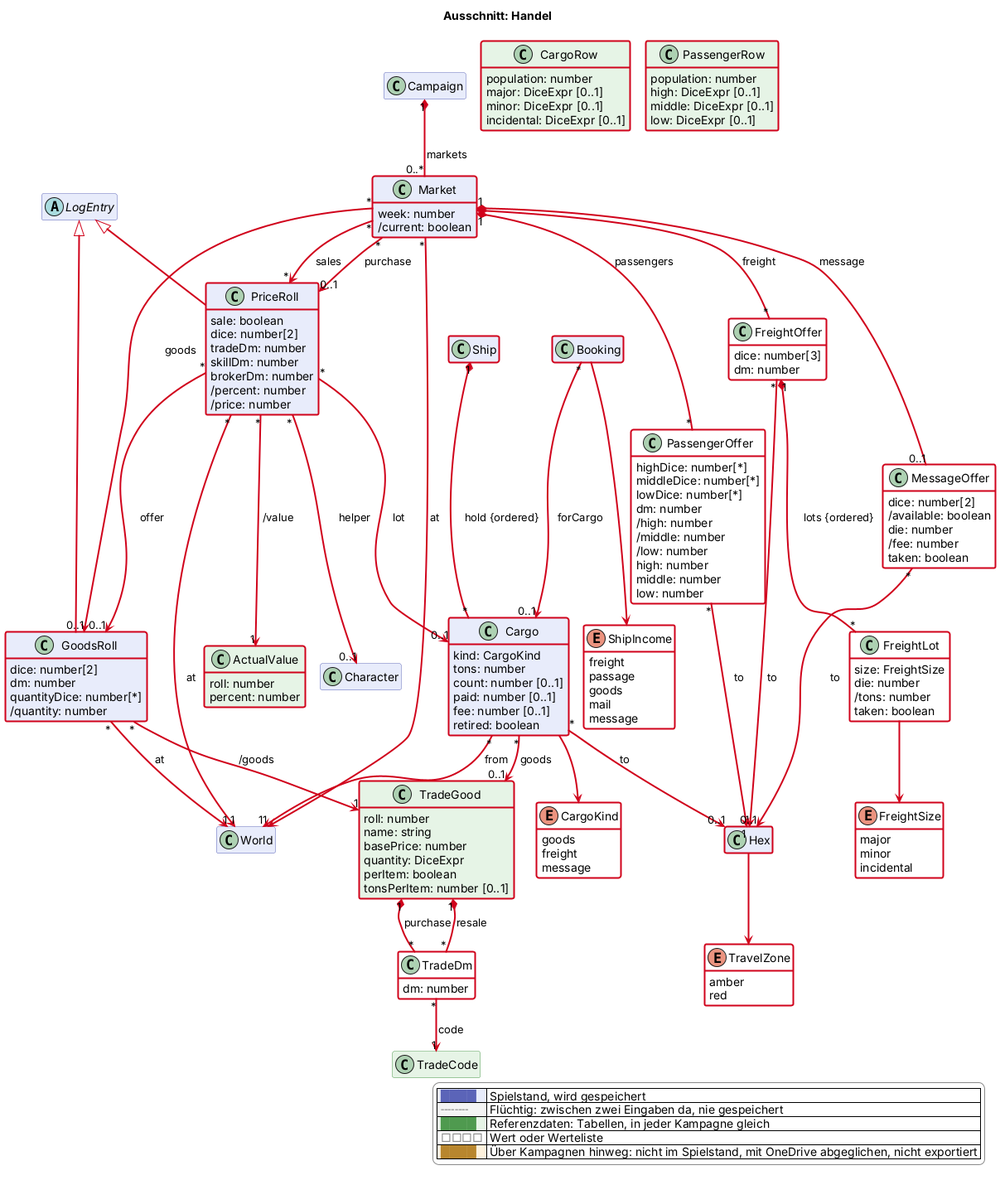
Before: docs/views/handel.png, a diagram exported from PlantUML (scuzzar/SRE).
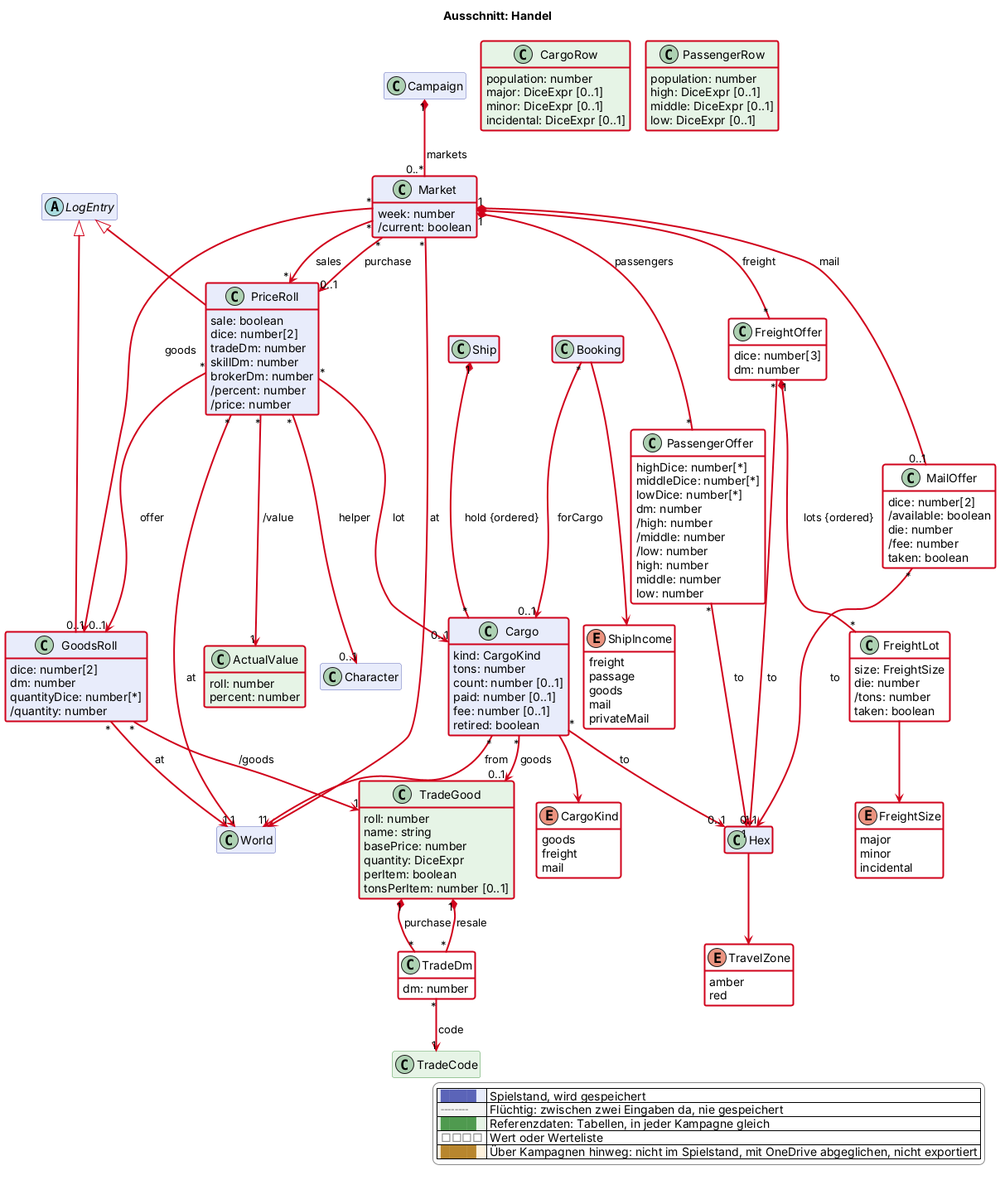
After the change.

Change to the diagram source:
```diff
@@ -105,9 +105,9 @@
   enum CargoKind <<value>> $handel $newClass("2026-11-27") {
     goods
     freight
-    message
+    mail
   }
-  class MessageOffer <<value>> $handel $newClass("2026-11-27") {
+  class MailOffer <<value>> $handel $newClass("2026-11-27") {
     dice: number[2]
     /available: boolean
     die: number
@@ -146,7 +146,7 @@
     passage
     goods
     mail
-    message
+    privateMail
   }
   enum TravelZone <<value>> $handel $newClass("2026-11-27") {
     amber
@@ -205,8 +205,8 @@
 FreightOffer "1" *-$newArrow("2026-11-27")- "*" FreightLot : lots {ordered}
 FreightLot -$newArrow("2026-11-27")-> FreightSize
 PassengerOffer "*" -$newArrow("2026-11-27")-> "1" Hex : to
-Market "1" *-$newArrow("2026-11-27")- "0..1" MessageOffer : message
-MessageOffer "*" -$newArrow("2026-11-27")-> "0..1" Hex : to
+Market "1" *-$newArrow("2026-11-27")- "0..1" MailOffer : mail
+MailOffer "*" -$newArrow("2026-11-27")-> "0..1" Hex : to
 LogEntry <|-$newArrow("2026-11-27")- GoodsRoll
 LogEntry <|-$newArrow("2026-11-27")- PriceRoll
 GoodsRoll "*" -$newArrow("2026-11-27")-> "1" World : at
```
